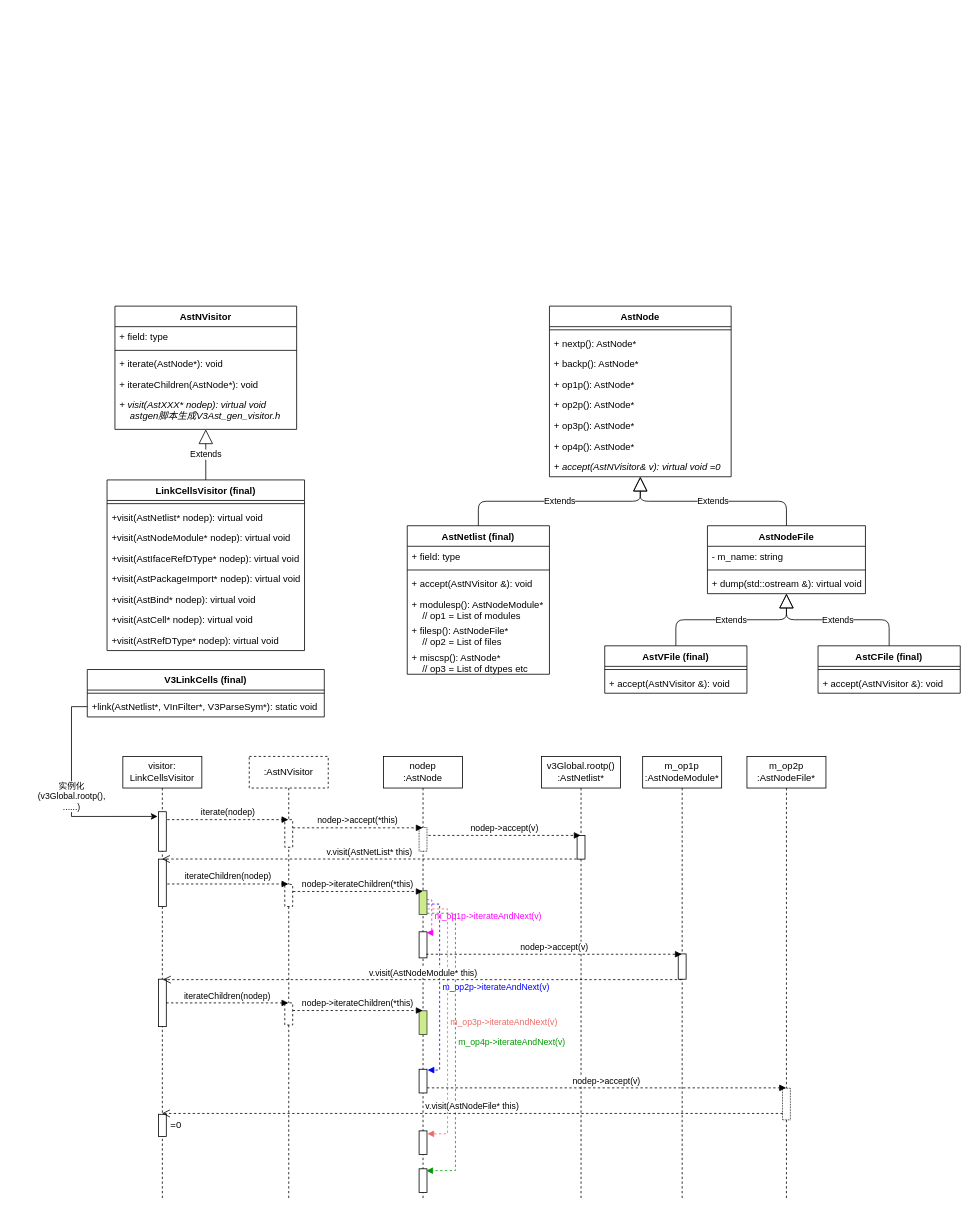
This is verilator_digrams/V3LinkCells.drawio from Dercury/CLDK, a draw.io file, before an edit. Source tidied: cells renumbered, new cells numbered last; positions are measured from the earlier drawing's top-left corner, leaving out a move shared by most shapes. Both pictures are drawn from the tidied source at 79%, with x=0, y=0 at pixel (87, 306).
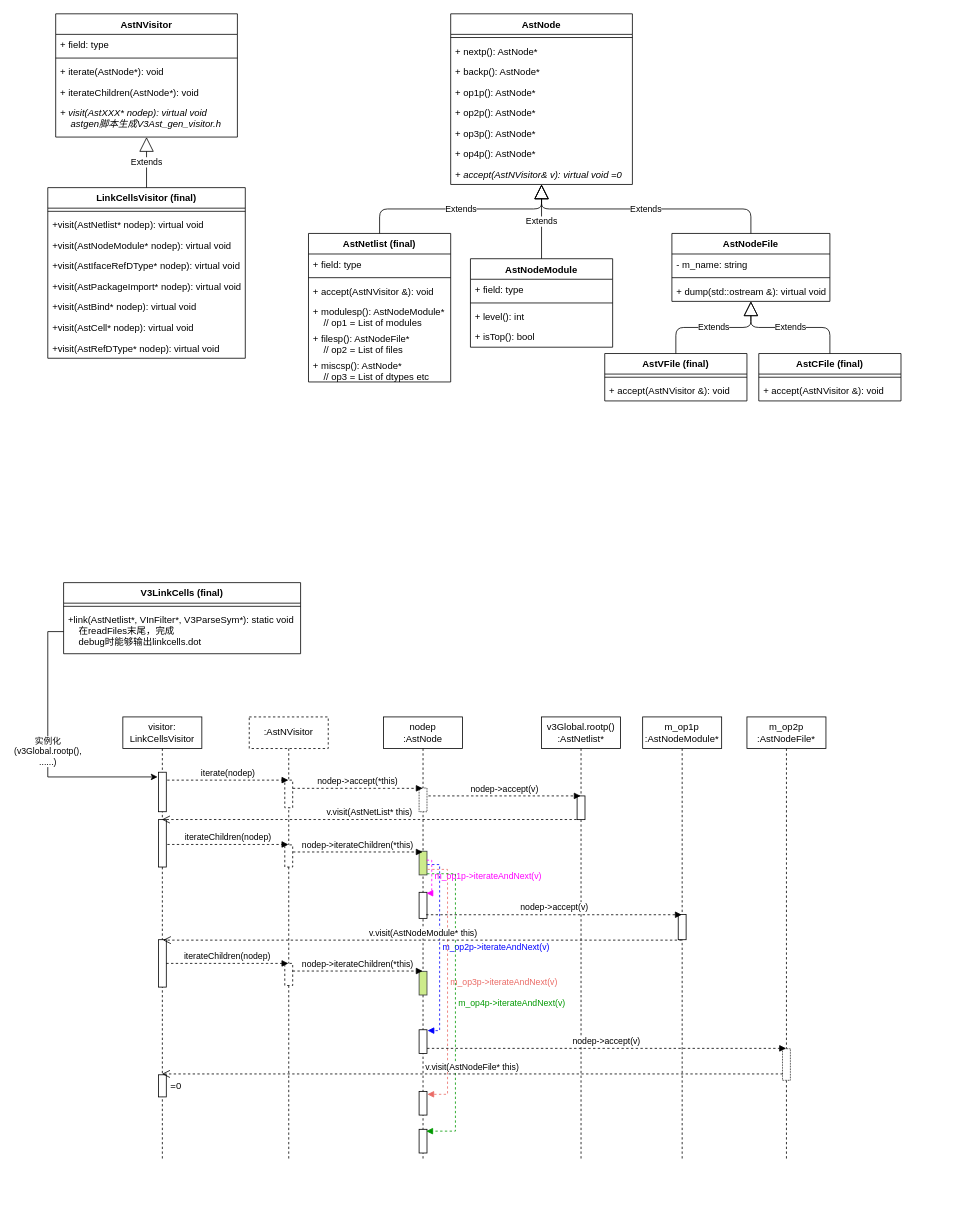
After the change.

Diff of the diagram source:
```diff
@@
     <mxCell id="2" value="V3LinkCells (final)" style="swimlane;fontStyle=1;align=center;verticalAlign=top;horizontal=1;startSize=26;" parent="1" vertex="1">
-      <mxGeometry y="460" width="300" height="60" as="geometry" />
+      <mxGeometry x="-30" y="350" width="300" height="90" as="geometry" />
     </mxCell>
@@
-    <mxCell id="4" value="+link(AstNetlist*, VInFilter*, V3ParseSym*): static void " style="text;strokeColor=none;fillColor=none;align=left;verticalAlign=top;spacingLeft=4;spacingRight=4;overflow=hidden;points=[[0,0.5],[1,0.5]];portConstraint=eastwest;" parent="2" vertex="1">
-      <mxGeometry y="34" width="300" height="26" as="geometry" />
+    <mxCell id="4" value="+link(AstNetlist*, VInFilter*, V3ParseSym*): static void&#10;    在readFiles末尾，完成&#10;    debug时能够输出linkcells.dot" style="text;strokeColor=none;fillColor=none;align=left;verticalAlign=top;spacingLeft=4;spacingRight=4;overflow=hidden;points=[[0,0.5],[1,0.5]];portConstraint=eastwest;fontStyle=0;" parent="2" vertex="1">
+      <mxGeometry y="34" width="300" height="56" as="geometry" />
     </mxCell>
     <mxCell id="5" value="visitor: LinkCellsVisitor" style="shape=umlLifeline;perimeter=lifelinePerimeter;whiteSpace=wrap;html=1;outlineConnect=0;" parent="1" vertex="1">
-      <mxGeometry x="45" y="570" width="100" height="562" as="geometry" />
+      <mxGeometry x="45" y="520" width="100" height="562" as="geometry" />
     </mxCell>
@@
     <mxCell id="12" value="LinkCellsVisitor (final)" style="swimlane;fontStyle=1;align=center;verticalAlign=top;horizontal=1;startSize=26;" parent="1" vertex="1">
-      <mxGeometry x="25" y="220" width="250" height="216" as="geometry" />
+      <mxGeometry x="-50" y="-150" width="250" height="216" as="geometry" />
     </mxCell>
@@
     <mxCell id="21" value="AstNVisitor" style="swimlane;fontStyle=1;align=center;verticalAlign=top;horizontal=1;startSize=26;" parent="1" vertex="1">
-      <mxGeometry x="35" width="230" height="156" as="geometry" />
+      <mxGeometry x="-40" y="-370" width="230" height="156" as="geometry" />
     </mxCell>
@@
     <mxCell id="28" value="v3Global.rootp()&lt;br&gt;:AstNetlist*" style="shape=umlLifeline;perimeter=lifelinePerimeter;whiteSpace=wrap;html=1;outlineConnect=0;" parent="1" vertex="1">
-      <mxGeometry x="575" y="570" width="100" height="562" as="geometry" />
+      <mxGeometry x="575" y="520" width="100" height="562" as="geometry" />
     </mxCell>
@@
     <mxCell id="30" value=":AstNVisitor" style="shape=umlLifeline;perimeter=lifelinePerimeter;whiteSpace=wrap;html=1;outlineConnect=0;dashed=1;" parent="1" vertex="1">
-      <mxGeometry x="205" y="570" width="100" height="562" as="geometry" />
+      <mxGeometry x="205" y="520" width="100" height="562" as="geometry" />
     </mxCell>
@@
     <mxCell id="34" value="nodep&lt;br&gt;:AstNode" style="shape=umlLifeline;perimeter=lifelinePerimeter;whiteSpace=wrap;html=1;outlineConnect=0;" parent="1" vertex="1">
-      <mxGeometry x="375" y="570" width="100" height="562" as="geometry" />
+      <mxGeometry x="375" y="520" width="100" height="562" as="geometry" />
     </mxCell>
@@
     <mxCell id="50" value="AstNetlist (final)" style="swimlane;fontStyle=1;align=center;verticalAlign=top;horizontal=1;startSize=26;" parent="1" vertex="1">
-      <mxGeometry x="405" y="278" width="180" height="188" as="geometry" />
+      <mxGeometry x="280" y="-92" width="180" height="188" as="geometry" />
     </mxCell>
@@
     <mxCell id="57" value="AstNode" style="swimlane;fontStyle=1;align=center;verticalAlign=top;horizontal=1;startSize=26;" parent="1" vertex="1">
-      <mxGeometry x="585" width="230" height="216" as="geometry" />
+      <mxGeometry x="460" y="-370" width="230" height="216" as="geometry" />
     </mxCell>
@@
     <mxCell id="69" value="m_op1p&lt;br&gt;:AstNodeModule*" style="shape=umlLifeline;perimeter=lifelinePerimeter;whiteSpace=wrap;html=1;outlineConnect=0;" parent="1" vertex="1">
-      <mxGeometry x="703" y="570" width="100" height="562" as="geometry" />
+      <mxGeometry x="703" y="520" width="100" height="562" as="geometry" />
     </mxCell>
@@
     <mxCell id="71" value="m_op2p&lt;br&gt;:AstNodeFile*" style="shape=umlLifeline;perimeter=lifelinePerimeter;whiteSpace=wrap;html=1;outlineConnect=0;" parent="1" vertex="1">
-      <mxGeometry x="835" y="570" width="100" height="562" as="geometry" />
+      <mxGeometry x="835" y="520" width="100" height="562" as="geometry" />
     </mxCell>
@@
     <mxCell id="73" value="AstNodeFile" style="swimlane;fontStyle=1;align=center;verticalAlign=top;horizontal=1;startSize=26;" parent="1" vertex="1">
-      <mxGeometry x="785" y="278" width="200" height="86" as="geometry" />
+      <mxGeometry x="740" y="-92" width="200" height="86" as="geometry" />
     </mxCell>
@@
     <mxCell id="77" value="AstVFile (final)" style="swimlane;fontStyle=1;align=center;verticalAlign=top;horizontal=1;startSize=26;" parent="1" vertex="1">
-      <mxGeometry x="655" y="430" width="180" height="60" as="geometry" />
+      <mxGeometry x="655" y="60" width="180" height="60" as="geometry" />
     </mxCell>
@@
     <mxCell id="80" value="AstCFile (final)" style="swimlane;fontStyle=1;align=center;verticalAlign=top;horizontal=1;startSize=26;" parent="1" vertex="1">
-      <mxGeometry x="925" y="430" width="180" height="60" as="geometry" />
+      <mxGeometry x="850" y="60" width="180" height="60" as="geometry" />
     </mxCell>
@@
+    <mxCell id="92" value="AstNodeModule" style="swimlane;fontStyle=1;align=center;verticalAlign=top;horizontal=1;startSize=26;" parent="1" vertex="1">
+      <mxGeometry x="485" y="-60" width="180" height="112" as="geometry" />
+    </mxCell>
+    <mxCell id="93" value="+ field: type" style="text;strokeColor=none;fillColor=none;align=left;verticalAlign=top;spacingLeft=4;spacingRight=4;overflow=hidden;" parent="92" vertex="1">
+      <mxGeometry y="26" width="180" height="26" as="geometry" />
+    </mxCell>
+    <mxCell id="94" style="line;strokeWidth=1;fillColor=none;align=left;verticalAlign=middle;spacingTop=-1;spacingLeft=3;spacingRight=3;labelPosition=right;" parent="92" vertex="1">
+      <mxGeometry y="52" width="180" height="8" as="geometry" />
+    </mxCell>
+    <mxCell id="95" value="+ level(): int" style="text;strokeColor=none;fillColor=none;align=left;verticalAlign=top;spacingLeft=4;spacingRight=4;overflow=hidden;" parent="92" vertex="1">
+      <mxGeometry y="60" width="180" height="26" as="geometry" />
+    </mxCell>
+    <mxCell id="96" value="+ isTop(): bool" style="text;strokeColor=none;fillColor=none;align=left;verticalAlign=top;spacingLeft=4;spacingRight=4;overflow=hidden;" parent="92" vertex="1">
+      <mxGeometry y="86" width="180" height="26" as="geometry" />
+    </mxCell>
+    <mxCell id="97" value="Extends" style="endArrow=block;endSize=16;endFill=0;html=1;edgeStyle=orthogonalEdgeStyle;exitX=0.5;exitY=0;exitDx=0;exitDy=0;" parent="1" edge="1" source="92" target="57">
+      <mxGeometry relative="1" as="geometry" />
+    </mxCell>
```
